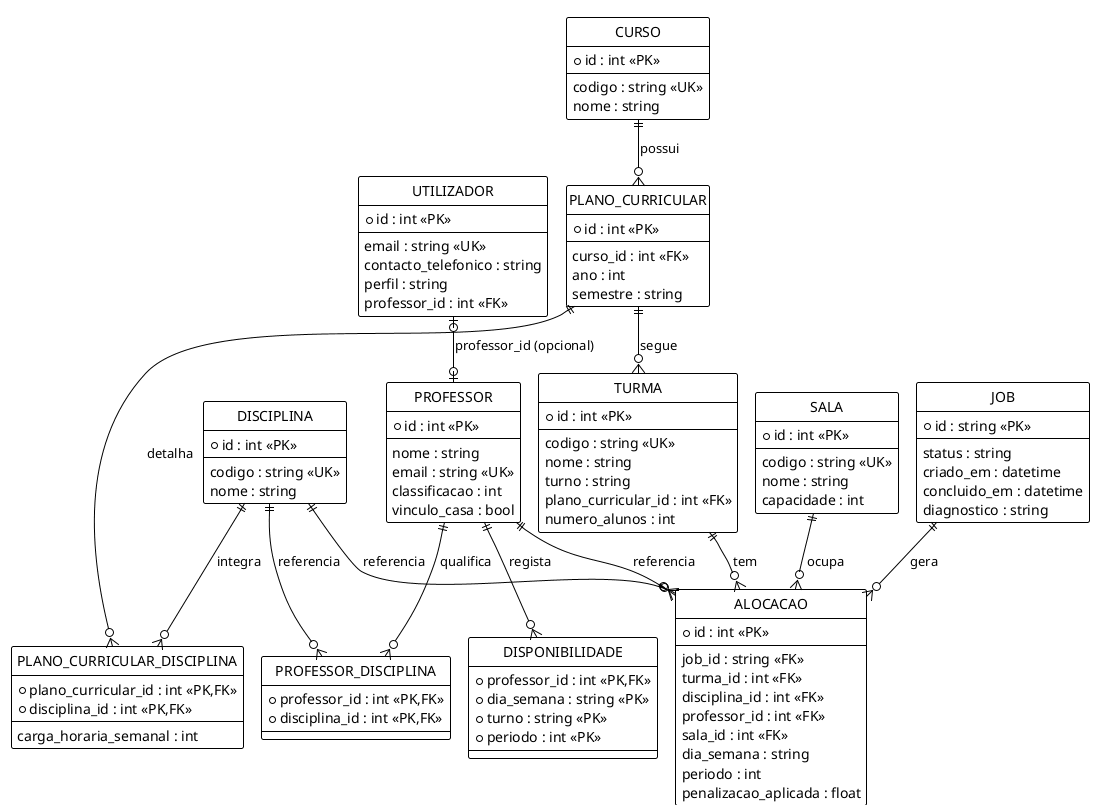
CristianoLourenco/timetable_problem_isaf keeps this PlantUML diagram as docs/media/diagrama_er.png. Above is the earlier version.
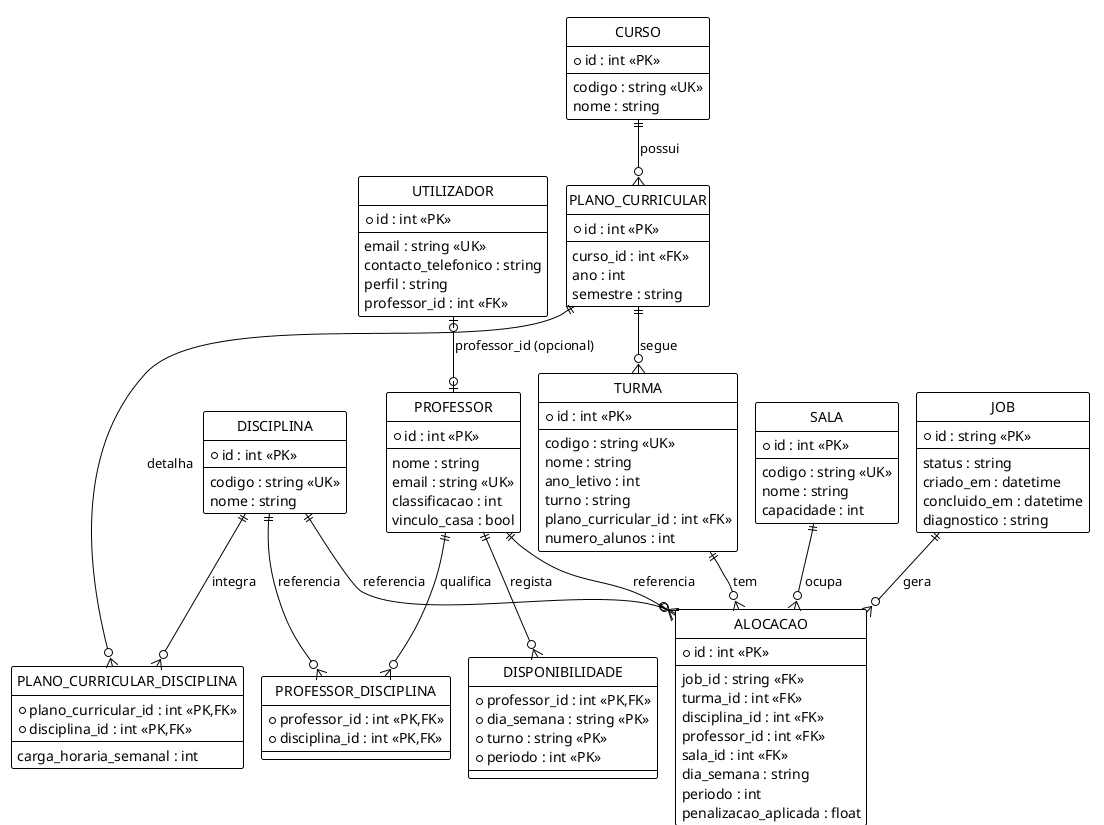
Later version of the same file.

Commit message:
docs: repõe Turma.ano_letivo nos diagramas (ER e Classes)

What changed in the source:
```diff
@@ -44,6 +44,7 @@
   --
   codigo : string <<UK>>
   nome : string
+  ano_letivo : int
   turno : string
   plano_curricular_id : int <<FK>>
   numero_alunos : int
```
